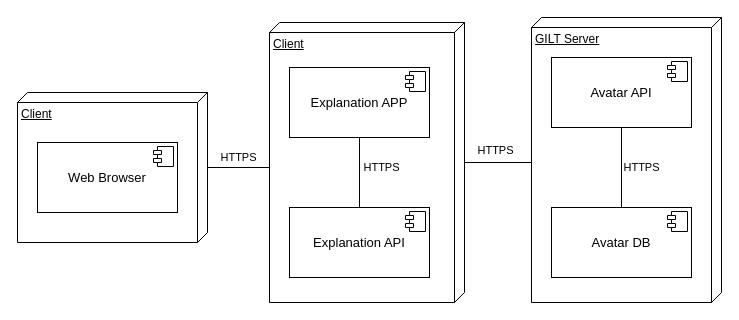
Before: diagrams/deployment_diagram.drawio in whzd/thesis, a draw.io diagram. Source tidied: cells renumbered, new cells numbered last; positions are measured from the earlier drawing's top-left corner, leaving out a move shared by most shapes. Both pictures are drawn from the tidied source at 100%, with x=0, y=0 at pixel (17, 17).
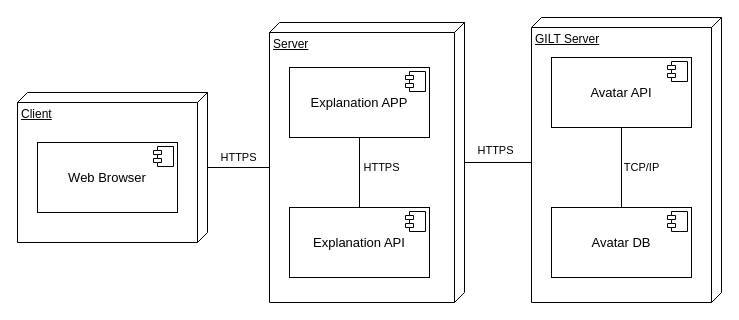
After the change.

The change refers to these unchanged cells:
```xml
<mxCell id="12" value="&lt;p style=&quot;margin: 0px ; margin-top: 6px ; text-align: center&quot;&gt;&lt;font style=&quot;font-size: 13px&quot;&gt;&lt;br&gt;&lt;/font&gt;&lt;/p&gt;&lt;p style=&quot;margin: 0px ; margin-top: 6px ; text-align: center&quot;&gt;&lt;font style=&quot;font-size: 13px&quot;&gt;Avatar API&lt;br&gt;&lt;/font&gt;&lt;/p&gt;" style="align=left;overflow=fill;html=1;" parent="1" vertex="1">
  <mxGeometry x="534" y="40" width="140" height="70" as="geometry" />
</mxCell>
<mxCell id="15" value="&lt;p style=&quot;margin: 0px ; margin-top: 6px ; text-align: center&quot;&gt;&lt;font style=&quot;font-size: 13px&quot;&gt;&lt;br&gt;&lt;/font&gt;&lt;/p&gt;&lt;p style=&quot;margin: 0px ; margin-top: 6px ; text-align: center&quot;&gt;&lt;font style=&quot;font-size: 13px&quot;&gt;Avatar DB&lt;/font&gt;&lt;/p&gt;" style="align=left;overflow=fill;html=1;" parent="1" vertex="1">
  <mxGeometry x="534" y="190" width="140" height="70" as="geometry" />
</mxCell>
```

Diff of the diagram source:
```diff
@@
-    <mxCell id="2" value="Client" style="verticalAlign=top;align=left;spacingTop=8;spacingLeft=2;spacingRight=12;shape=cube;size=10;direction=south;fontStyle=4;html=1;strokeColor=#000000;" parent="1" vertex="1">
+    <mxCell id="2" value="Server" style="verticalAlign=top;align=left;spacingTop=8;spacingLeft=2;spacingRight=12;shape=cube;size=10;direction=south;fontStyle=4;html=1;strokeColor=#000000;" parent="1" vertex="1">
       <mxGeometry x="252" y="5" width="195" height="280" as="geometry" />
     </mxCell>
@@
-    <mxCell id="14" value="HTTPS" style="edgeStyle=orthogonalEdgeStyle;rounded=0;jettySize=auto;html=1;endArrow=none;endFill=0;" parent="1" edge="1" source="15" target="12">
+    <mxCell id="14" value="TCP/IP" style="edgeStyle=orthogonalEdgeStyle;rounded=0;jettySize=auto;html=1;endArrow=none;endFill=0;" parent="1" edge="1" source="15" target="12">
       <mxGeometry y="-20" relative="1" as="geometry" />
     </mxCell>
```
